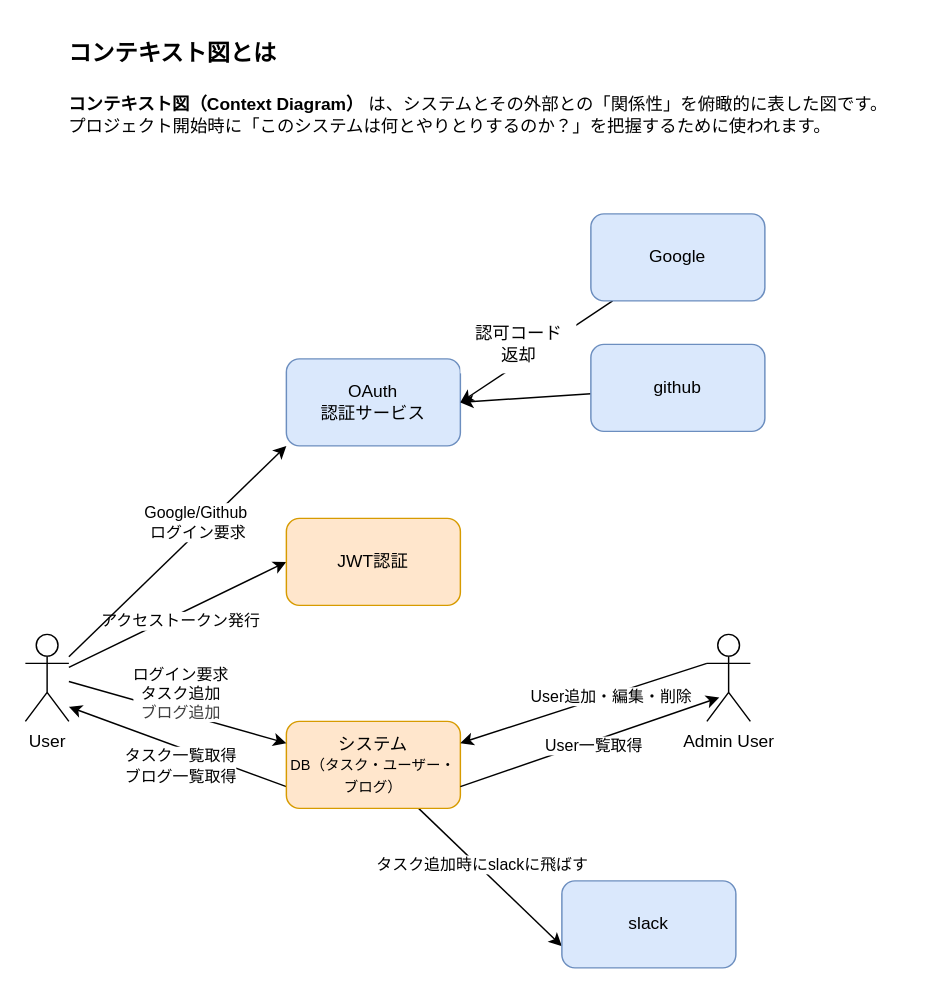
The draw.io diagram docs/コンテキスト図.drawio in nomin-sasabuchi/express-next-rest-api, before the edit. Source tidied: cells renumbered, new cells numbered last; positions are measured from the earlier drawing's top-left corner, leaving out a move shared by most shapes. Both pictures are drawn from the tidied source at 145%, with x=0, y=0 at pixel (25, 25).
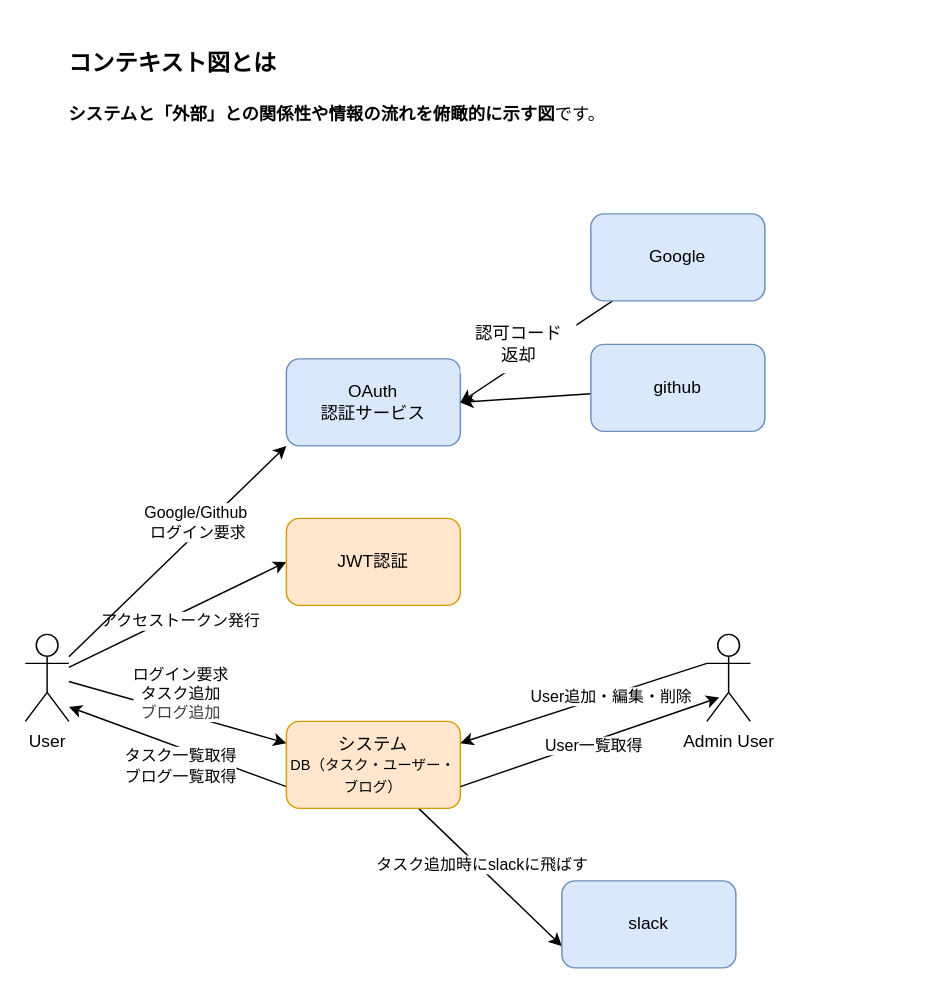
After the change.

Commit message (it also covers changes not shown here):
ユースケース図作成

Diff of the diagram source:
```diff
@@
-    <mxCell id="17" value="&lt;font style=&quot;font-size: 16px;&quot;&gt;&lt;b&gt;コンテキスト図とは&lt;/b&gt;&lt;/font&gt;&lt;div&gt;&lt;span style=&quot;font-size: 16px;&quot;&gt;&lt;b&gt;&lt;br&gt;&lt;/b&gt;&lt;/span&gt;&lt;strong&gt;コンテキスト図（Context Diagram）&lt;/strong&gt; は、システムとその外部との「関係性」を俯瞰的に表した図です。&lt;br&gt;プロジェクト開始時に「このシステムは何とやりとりするのか？」を把握するために使われます。&lt;br&gt;&lt;div&gt;&lt;br&gt;&lt;/div&gt;&lt;/div&gt;" style="text;html=1;align=left;verticalAlign=middle;strokeColor=none;fillColor=none;" parent="1" vertex="1">
-      <mxGeometry x="28" width="590" height="100" as="geometry" />
+    <mxCell id="17" value="&lt;font style=&quot;font-size: 16px;&quot;&gt;&lt;b&gt;コンテキスト図とは&lt;/b&gt;&lt;/font&gt;&lt;div&gt;&lt;span style=&quot;font-size: 16px;&quot;&gt;&lt;b&gt;&lt;br&gt;&lt;/b&gt;&lt;/span&gt;&lt;strong&gt;システムと「外部」との関係性や情報の流れを俯瞰的に示す図&lt;/strong&gt;です。&lt;br&gt;&lt;div&gt;&lt;br&gt;&lt;/div&gt;&lt;/div&gt;" style="text;html=1;align=left;verticalAlign=middle;strokeColor=none;fillColor=none;" parent="1" vertex="1">
+      <mxGeometry x="28" y="10" width="390" height="80" as="geometry" />
     </mxCell>
```
